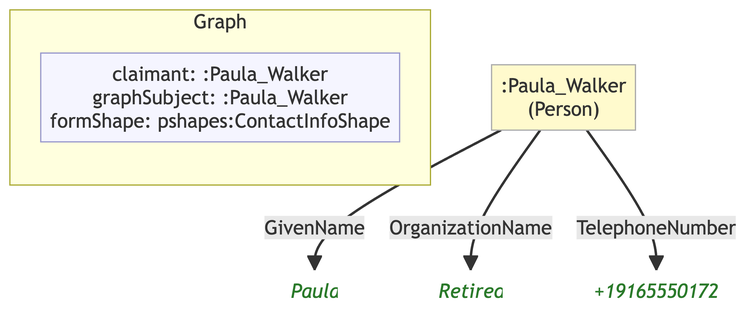
MeeFoundation/mia-ontologies keeps this Mermaid diagram as example/graphs/images/graph-57.png. Above is the earlier version. Its source is kept beside it as example/graphs/images/graph-57.mmd.
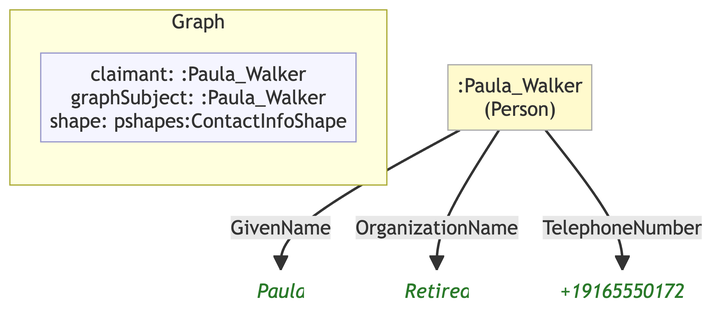
Above is the later version.

Change to the diagram source:
```diff
@@ -7,14 +7,14 @@
 
     subgraph ctx["Graph"]
         direction LR
-        ctx_meta["claimant: :Paula_Walker\ngraphSubject: :Paula_Walker\nformShape: pshapes:ContactInfoShape"]:::meta
+        ctx_meta["claimant: :Paula_Walker\ngraphSubject: :Paula_Walker\nshape: pshapes:ContactInfoShape"]:::meta
     end
 
     n679aafec7a4b[":Paula_Walker\n(Person)"]:::person
-    n74085721a7da("Paula"):::lit
-    ne2c913446efa("Retired"):::lit
-    n8579a613bba8("+19165550172"):::lit
+    n02e8ea7a4239("Paula"):::lit
+    nee9faf7cb509("Retired"):::lit
+    n7dd81a12cc5b("+19165550172"):::lit
 
-    n679aafec7a4b -->|"GivenName"| n74085721a7da
-    n679aafec7a4b -->|"OrganizationName"| ne2c913446efa
-    n679aafec7a4b -->|"TelephoneNumber"| n8579a613bba8
+    n679aafec7a4b -->|"GivenName"| n02e8ea7a4239
+    n679aafec7a4b -->|"OrganizationName"| nee9faf7cb509
+    n679aafec7a4b -->|"TelephoneNumber"| n7dd81a12cc5b
```
